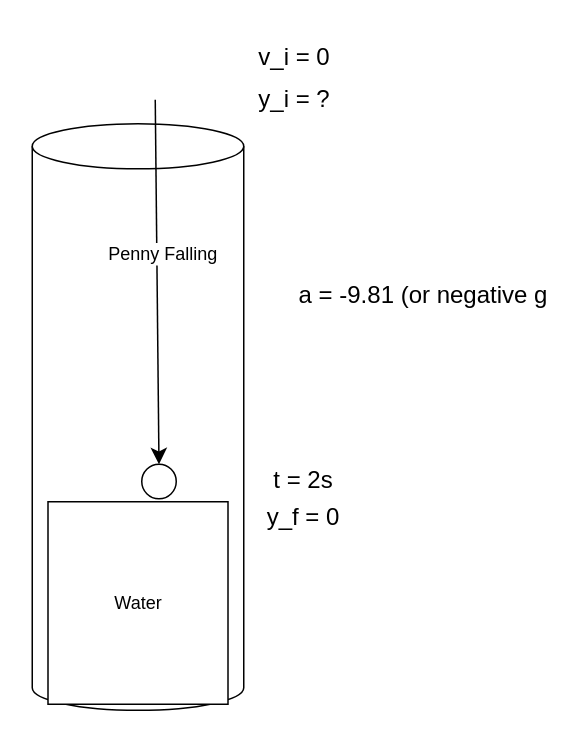
Before: notes/images/Lec2ExProblem4.drawio in wfowle-ttu/PHYS1408, a draw.io diagram. Source tidied: cells renumbered, new cells numbered last; positions are measured from the earlier drawing's top-left corner, leaving out a move shared by most shapes. Both pictures are drawn from the tidied source at 150%, with x=0, y=0 at pixel (32, 33).
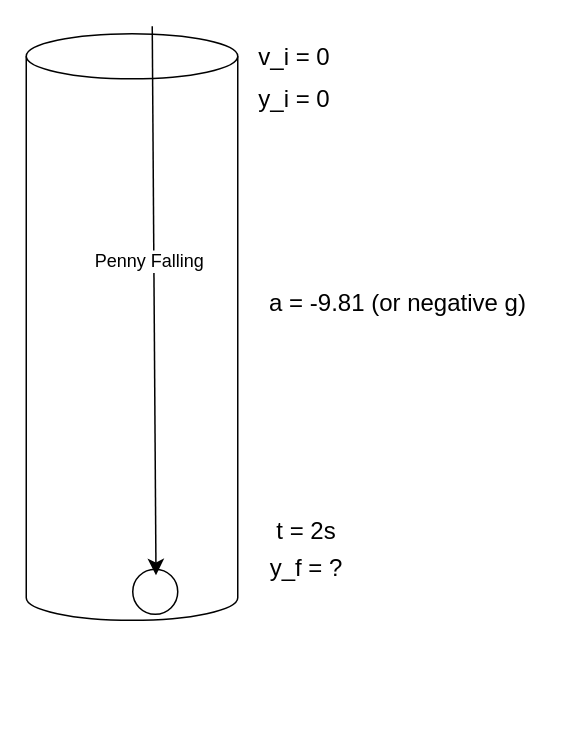
After the change.

The edit, as a diff of the source:
```diff
@@
 <mxGraphModel>
   <root>
     <mxCell id="0" />
     <mxCell id="1" parent="0" />
     <mxCell id="2" style="shape=cylinder3;whiteSpace=wrap;html=1;boundedLbl=1;backgroundOutline=1;size=15;" parent="1" vertex="1">
-      <mxGeometry y="60" width="141" height="391" as="geometry" />
+      <mxGeometry x="-4" width="141" height="391" as="geometry" />
     </mxCell>
-    <mxCell id="3" value="Water" style="rounded=0;whiteSpace=wrap;html=1;" parent="1" vertex="1">
-      <mxGeometry x="10.5" y="312" width="120" height="135" as="geometry" />
-    </mxCell>
     <mxCell id="4" style="ellipse;whiteSpace=wrap;html=1;" parent="1" vertex="1">
-      <mxGeometry x="73" y="287" width="23" height="23" as="geometry" />
+      <mxGeometry x="67" y="357" width="30" height="30" as="geometry" />
     </mxCell>
-    <mxCell id="5" style="endArrow=classic;html=1;rounded=0;fontSize=12;startSize=8;endSize=8;curved=1;entryX=0.5;entryY=0;entryDx=0;entryDy=0;" parent="1" edge="1" target="4">
+    <mxCell id="5" style="endArrow=classic;html=1;rounded=0;fontSize=12;startSize=8;endSize=8;curved=1;entryX=0.5;entryY=0;entryDx=0;entryDy=0;" parent="1" edge="1">
       <mxGeometry relative="1" as="geometry">
-        <mxPoint x="82" y="44" as="sourcePoint" />
+        <mxPoint x="80" y="-5" as="sourcePoint" />
+        <mxPoint x="82.5" y="361" as="targetPoint" />
       </mxGeometry>
     </mxCell>
     <mxCell id="6" value="Penny Falling" style="edgeLabel;html=1;align=center;verticalAlign=middle;fontSize=12;" parent="5" vertex="1">
-      <mxGeometry x="-0.15" y="3" relative="1" as="geometry" />
+      <mxGeometry x="-0.15" y="3" relative="1" as="geometry">
+        <mxPoint x="-7" y="1" as="offset" />
+      </mxGeometry>
     </mxCell>
     <mxCell id="7" value="t = 2s" style="text;html=1;whiteSpace=wrap;strokeColor=none;fillColor=none;align=center;verticalAlign=middle;rounded=0;fontSize=16;" parent="1" vertex="1">
-      <mxGeometry x="151" y="282" width="60" height="30" as="geometry" />
+      <mxGeometry x="153" y="316" width="60" height="30" as="geometry" />
     </mxCell>
     <mxCell id="8" value="v_i = 0" style="text;html=1;whiteSpace=wrap;strokeColor=none;fillColor=none;align=center;verticalAlign=middle;rounded=0;fontSize=16;" parent="1" vertex="1">
       <mxGeometry x="145" width="60" height="30" as="geometry" />
     </mxCell>
-    <mxCell id="9" value="y_f = 0" style="text;html=1;whiteSpace=wrap;strokeColor=none;fillColor=none;align=center;verticalAlign=middle;rounded=0;fontSize=16;" parent="1" vertex="1">
-      <mxGeometry x="151" y="307" width="60" height="30" as="geometry" />
+    <mxCell id="9" value="y_f = ?" style="text;html=1;whiteSpace=wrap;strokeColor=none;fillColor=none;align=center;verticalAlign=middle;rounded=0;fontSize=16;" parent="1" vertex="1">
+      <mxGeometry x="153" y="341" width="60" height="30" as="geometry" />
     </mxCell>
-    <mxCell id="10" value="y_i = ?" style="text;html=1;whiteSpace=wrap;strokeColor=none;fillColor=none;align=center;verticalAlign=middle;rounded=0;fontSize=16;" parent="1" vertex="1">
+    <mxCell id="10" value="y_i = 0" style="text;html=1;whiteSpace=wrap;strokeColor=none;fillColor=none;align=center;verticalAlign=middle;rounded=0;fontSize=16;" parent="1" vertex="1">
       <mxGeometry x="145" y="28" width="60" height="30" as="geometry" />
     </mxCell>
-    <mxCell id="11" value="a = -9.81 (or negative g" style="text;html=1;whiteSpace=wrap;strokeColor=none;fillColor=none;align=center;verticalAlign=middle;rounded=0;fontSize=16;" parent="1" vertex="1">
-      <mxGeometry x="173" y="151" width="176" height="46" as="geometry" />
+    <mxCell id="11" value="a = -9.81 (or negative g)" style="text;html=1;whiteSpace=wrap;strokeColor=none;fillColor=none;align=center;verticalAlign=middle;rounded=0;fontSize=16;" parent="1" vertex="1">
+      <mxGeometry x="156" y="156" width="176" height="46" as="geometry" />
     </mxCell>
   </root>
 </mxGraphModel>
```
